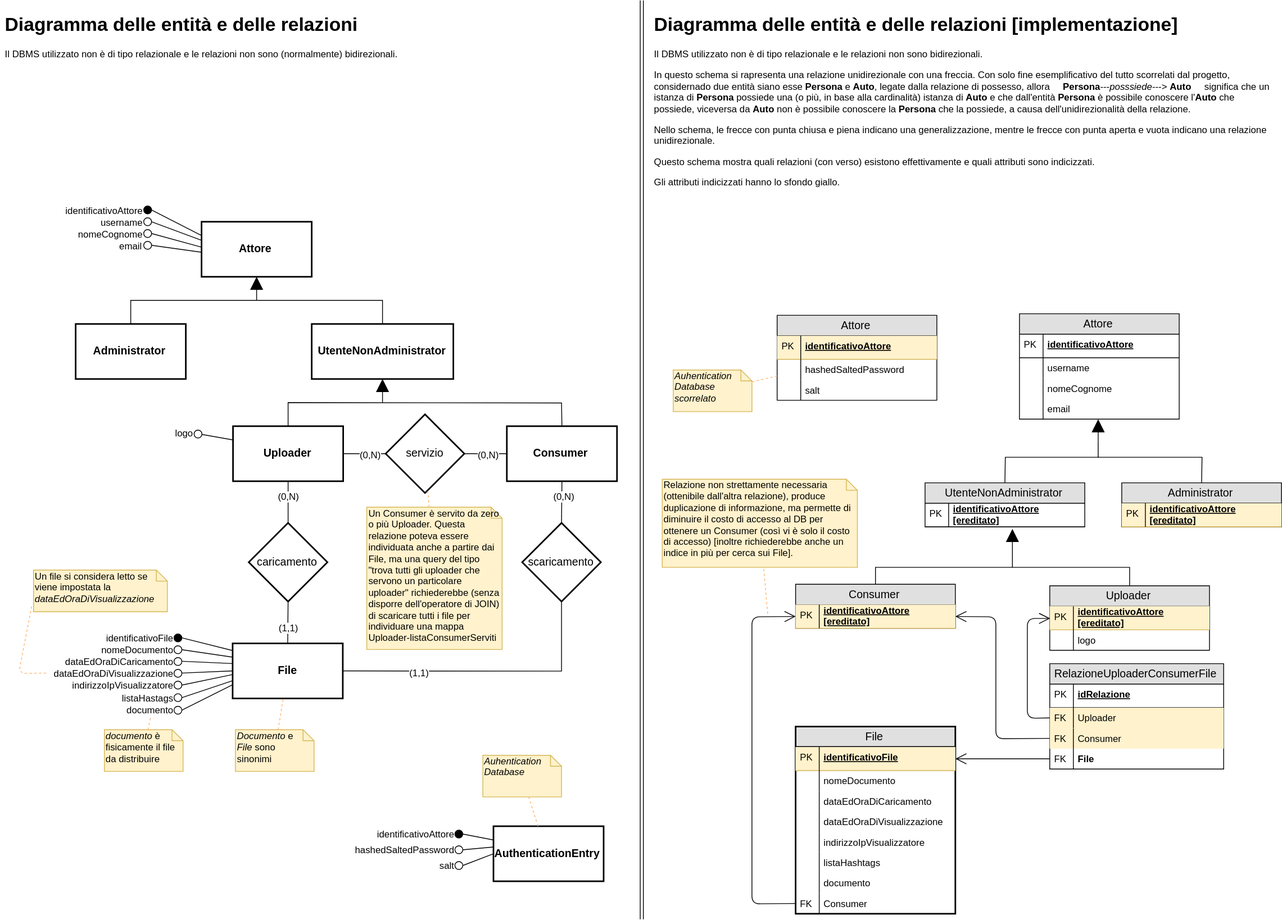
matteoferfoglia/progetto-progrweb-2020 keeps this draw.io diagram as algoritmi schemi e note progettuali/diagramma ER/diagramma_er.svg. Above is the earlier version. Source tidied: cells renumbered, new cells last; positions are measured from the earlier drawing's top-left corner, leaving out a move shared by most shapes.
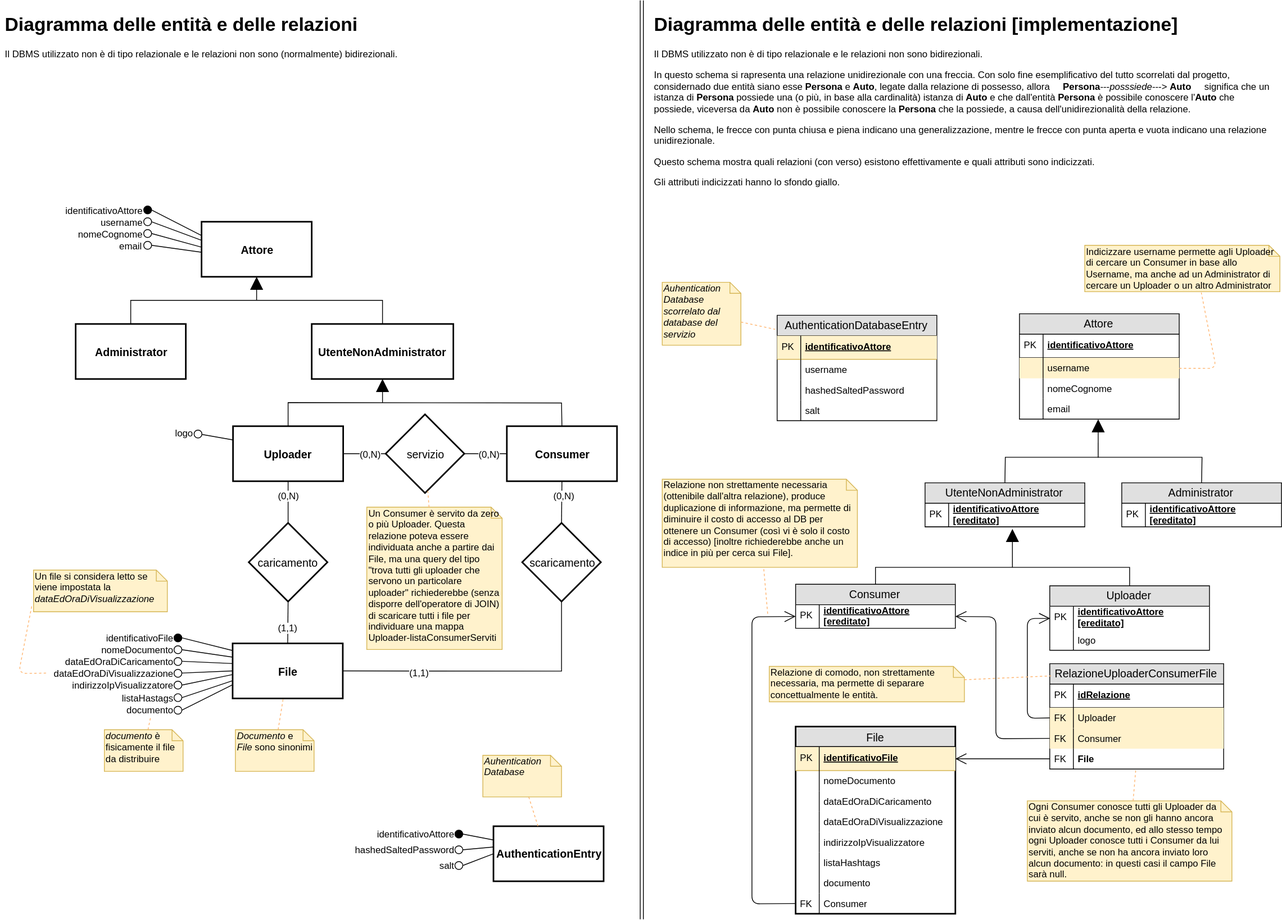
The same file after the commit.

Change to the diagram source:
```diff
@@ -538,7 +538,7 @@
     <mxCell id="169" value="Uploader" style="swimlane;fontStyle=0;horizontal=1;startSize=26;fillColor=#e0e0e0;swimlaneFillColor=#ffffff;align=center;fontSize=14;" parent="1" vertex="1">
       <mxGeometry x="1332.5" y="744.5" width="203" height="82" as="geometry" />
     </mxCell>
-    <mxCell id="170" value="identificativoAttore&#10;[ereditato]" style="shape=partialRectangle;top=0;left=0;right=0;bottom=1;align=left;verticalAlign=middle;spacingLeft=34;spacingRight=4;overflow=hidden;fontStyle=5;fontSize=12;strokeWidth=1;fillColor=#fff2cc;strokeColor=#d6b656;" parent="169" vertex="1">
+    <mxCell id="170" value="identificativoAttore&#10;[ereditato]" style="shape=partialRectangle;top=0;left=0;right=0;bottom=1;align=left;verticalAlign=middle;spacingLeft=34;spacingRight=4;overflow=hidden;fontStyle=5;fontSize=12;strokeWidth=1;fillColor=none;strokeColor=none;" parent="169" vertex="1">
       <mxGeometry y="26" width="203" height="30" as="geometry" />
     </mxCell>
     <mxCell id="171" value="PK" style="shape=partialRectangle;top=0;left=0;bottom=0;fillColor=none;align=left;verticalAlign=middle;spacingLeft=4;spacingRight=4;overflow=hidden;fontSize=12;" parent="170" vertex="1">
@@ -553,7 +553,7 @@
     <mxCell id="174" value="Consumer" style="swimlane;fontStyle=0;horizontal=1;startSize=26;fillColor=#e0e0e0;swimlaneFillColor=#ffffff;align=center;fontSize=14;" parent="1" vertex="1">
       <mxGeometry x="1009.5" y="742.5" width="203" height="56" as="geometry" />
     </mxCell>
-    <mxCell id="175" value="identificativoAttore&#10;[ereditato]" style="shape=partialRectangle;top=0;left=0;right=0;bottom=1;align=left;verticalAlign=middle;spacingLeft=34;spacingRight=4;overflow=hidden;points=[[0,0.5],[1,0.5]];portConstraint=eastwest;fontStyle=5;fontSize=12;strokeWidth=1;fillColor=#fff2cc;strokeColor=#d6b656;" parent="174" vertex="1">
+    <mxCell id="175" value="identificativoAttore&#10;[ereditato]" style="shape=partialRectangle;top=0;left=0;right=0;bottom=1;align=left;verticalAlign=middle;spacingLeft=34;spacingRight=4;overflow=hidden;points=[[0,0.5],[1,0.5]];portConstraint=eastwest;fontStyle=5;fontSize=12;strokeWidth=1;fillColor=none;strokeColor=none;" parent="174" vertex="1">
       <mxGeometry y="26" width="203" height="30" as="geometry" />
     </mxCell>
     <mxCell id="176" value="PK" style="shape=partialRectangle;top=0;left=0;bottom=0;fillColor=none;align=left;verticalAlign=middle;spacingLeft=4;spacingRight=4;overflow=hidden;fontSize=12;" parent="175" vertex="1">
@@ -588,7 +588,7 @@
     <mxCell id="182" value="Administrator" style="swimlane;fontStyle=0;horizontal=1;startSize=26;fillColor=#e0e0e0;swimlaneFillColor=#ffffff;align=center;fontSize=14;" parent="1" vertex="1">
       <mxGeometry x="1424" y="613.5" width="203" height="56" as="geometry" />
     </mxCell>
-    <mxCell id="183" value="identificativoAttore&#10;[ereditato]" style="shape=partialRectangle;top=0;left=0;right=0;bottom=1;align=left;verticalAlign=middle;spacingLeft=34;spacingRight=4;overflow=hidden;fontStyle=5;fontSize=12;strokeWidth=1;fillColor=#fff2cc;strokeColor=#d6b656;" parent="182" vertex="1">
+    <mxCell id="183" value="identificativoAttore&#10;[ereditato]" style="shape=partialRectangle;top=0;left=0;right=0;bottom=1;align=left;verticalAlign=middle;spacingLeft=34;spacingRight=4;overflow=hidden;fontStyle=5;fontSize=12;strokeWidth=1;fillColor=none;strokeColor=none;" parent="182" vertex="1">
       <mxGeometry y="26" width="203" height="30" as="geometry" />
     </mxCell>
     <mxCell id="184" value="PK" style="shape=partialRectangle;top=0;left=0;bottom=0;fillColor=none;align=left;verticalAlign=middle;spacingLeft=4;spacingRight=4;overflow=hidden;fontSize=12;" parent="183" vertex="1">
@@ -633,7 +633,7 @@
     <mxCell id="192" value="PK" style="shape=partialRectangle;top=0;left=0;bottom=0;fillColor=none;align=left;verticalAlign=middle;spacingLeft=4;spacingRight=4;overflow=hidden;fontSize=12;" parent="191" vertex="1">
       <mxGeometry width="30" height="30" as="geometry" />
     </mxCell>
-    <mxCell id="193" value="username" style="shape=partialRectangle;top=0;left=0;right=0;bottom=0;align=left;verticalAlign=top;fillColor=none;spacingLeft=34;spacingRight=4;overflow=hidden;points=[[0,0.5],[1,0.5]];portConstraint=eastwest;fontSize=12;" parent="190" vertex="1">
+    <mxCell id="193" value="username" style="shape=partialRectangle;top=0;left=0;right=0;bottom=0;align=left;verticalAlign=top;fillColor=#fff2cc;spacingLeft=34;spacingRight=4;overflow=hidden;points=[[0,0.5],[1,0.5]];portConstraint=eastwest;fontSize=12;strokeColor=#d6b656;" parent="190" vertex="1">
       <mxGeometry y="56" width="203" height="26" as="geometry" />
     </mxCell>
     <mxCell id="194" style="shape=partialRectangle;top=0;left=0;bottom=0;fillColor=none;align=left;verticalAlign=top;spacingLeft=4;spacingRight=4;overflow=hidden;fontSize=12;" parent="193" vertex="1">
@@ -651,8 +651,8 @@
     <mxCell id="198" style="shape=partialRectangle;top=0;left=0;bottom=0;fillColor=none;align=left;verticalAlign=top;spacingLeft=4;spacingRight=4;overflow=hidden;fontSize=12;" parent="197" vertex="1">
       <mxGeometry width="30" height="26" as="geometry" />
     </mxCell>
-    <mxCell id="199" value="Attore" style="swimlane;fontStyle=0;horizontal=1;startSize=26;fillColor=#e0e0e0;swimlaneFillColor=#ffffff;align=center;fontSize=14;" parent="1" vertex="1">
-      <mxGeometry x="986" y="400.5" width="203" height="108" as="geometry" />
+    <mxCell id="199" value="AuthenticationDatabaseEntry" style="swimlane;fontStyle=0;horizontal=1;startSize=26;fillColor=#e0e0e0;swimlaneFillColor=#ffffff;align=center;fontSize=14;" parent="1" vertex="1">
+      <mxGeometry x="986" y="400.5" width="203" height="134" as="geometry" />
     </mxCell>
     <mxCell id="200" value="identificativoAttore" style="shape=partialRectangle;top=0;left=0;right=0;bottom=1;align=left;verticalAlign=middle;fillColor=#fff2cc;spacingLeft=34;spacingRight=4;overflow=hidden;fontStyle=5;fontSize=12;strokeColor=#d6b656;" parent="199" vertex="1">
       <mxGeometry y="26" width="203" height="30" as="geometry" />
@@ -660,22 +660,28 @@
     <mxCell id="201" value="PK" style="shape=partialRectangle;top=0;left=0;bottom=0;fillColor=none;align=left;verticalAlign=middle;spacingLeft=4;spacingRight=4;overflow=hidden;fontSize=12;" parent="200" vertex="1">
       <mxGeometry width="30" height="30" as="geometry" />
     </mxCell>
-    <mxCell id="202" value="hashedSaltedPassword" style="shape=partialRectangle;top=0;left=0;right=0;bottom=0;align=left;verticalAlign=top;fillColor=none;spacingLeft=34;spacingRight=4;overflow=hidden;fontSize=12;" parent="199" vertex="1">
+    <mxCell id="202" value="username" style="shape=partialRectangle;top=0;left=0;right=0;bottom=0;align=left;verticalAlign=top;fillColor=none;spacingLeft=34;spacingRight=4;overflow=hidden;fontSize=12;" parent="199" vertex="1">
       <mxGeometry y="56" width="203" height="26" as="geometry" />
     </mxCell>
     <mxCell id="203" style="shape=partialRectangle;top=0;left=0;bottom=0;fillColor=none;align=left;verticalAlign=top;spacingLeft=4;spacingRight=4;overflow=hidden;fontSize=12;" parent="202" vertex="1">
       <mxGeometry width="30" height="26" as="geometry" />
     </mxCell>
+    <mxCell id="213" value="hashedSaltedPassword" style="shape=partialRectangle;top=0;left=0;right=0;bottom=0;align=left;verticalAlign=top;fillColor=none;spacingLeft=34;spacingRight=4;overflow=hidden;fontSize=12;" parent="199" vertex="1">
+      <mxGeometry y="82" width="203" height="26" as="geometry" />
+    </mxCell>
+    <mxCell id="214" style="shape=partialRectangle;top=0;left=0;bottom=0;fillColor=none;align=left;verticalAlign=top;spacingLeft=4;spacingRight=4;overflow=hidden;fontSize=12;" parent="213" vertex="1">
+      <mxGeometry width="30" height="26" as="geometry" />
+    </mxCell>
     <mxCell id="204" value="salt" style="shape=partialRectangle;top=0;left=0;right=0;bottom=0;align=left;verticalAlign=top;fillColor=none;spacingLeft=34;spacingRight=4;overflow=hidden;fontSize=12;" parent="199" vertex="1">
-      <mxGeometry y="82" width="203" height="26" as="geometry" />
+      <mxGeometry y="108" width="203" height="26" as="geometry" />
     </mxCell>
     <mxCell id="205" style="shape=partialRectangle;top=0;left=0;bottom=0;fillColor=none;align=left;verticalAlign=top;spacingLeft=4;spacingRight=4;overflow=hidden;fontSize=12;" parent="204" vertex="1">
       <mxGeometry width="30" height="26" as="geometry" />
     </mxCell>
-    <mxCell id="206" value="&lt;i&gt;Auhentication&lt;br&gt;Database&lt;br&gt;scorrelato&lt;br&gt;&lt;/i&gt;" style="shape=note;whiteSpace=wrap;html=1;size=14;verticalAlign=top;align=left;spacingTop=-6;fillColor=#fff2cc;strokeColor=#d6b656;" parent="1" vertex="1">
-      <mxGeometry x="854" y="470" width="100" height="53" as="geometry" />
+    <mxCell id="206" value="&lt;i&gt;Auhentication&lt;br&gt;Database&lt;br&gt;scorrelato dal database del servizio&lt;br&gt;&lt;/i&gt;" style="shape=note;whiteSpace=wrap;html=1;size=14;verticalAlign=top;align=left;spacingTop=-6;fillColor=#fff2cc;strokeColor=#d6b656;" parent="1" vertex="1">
+      <mxGeometry x="840" y="358.5" width="100" height="80" as="geometry" />
     </mxCell>
-    <mxCell id="207" style="endArrow=none;dashed=1;html=1;strokeColor=#FFB570;fillColor=#ffcc99;" parent="1" edge="1" source="206" target="199">
+    <mxCell id="207" style="endArrow=none;dashed=1;html=1;strokeColor=#FFB570;fillColor=#ffcc99;entryX=-0.012;entryY=0.133;entryDx=0;entryDy=0;entryPerimeter=0;" parent="1" edge="1" source="206" target="199">
       <mxGeometry relative="1" as="geometry" />
     </mxCell>
     <mxCell id="208" value="&lt;h1&gt;Diagramma delle entità e delle relazioni [implementazione]&lt;/h1&gt;&lt;p&gt;Il DBMS utilizzato non è di tipo relazionale e le relazioni non sono bidirezionali.&lt;/p&gt;&lt;p&gt;In questo schema si rapresenta una relazione unidirezionale con una freccia. Con solo fine esemplificativo del tutto scorrelati dal progetto, considernado due entità siano esse&amp;nbsp;&lt;b&gt;Persona&lt;/b&gt;&amp;nbsp;e&amp;nbsp;&lt;b&gt;Auto&lt;/b&gt;, legate dalla relazione di possesso, allora&amp;nbsp; &amp;nbsp; &amp;nbsp;&lt;b&gt;Persona&lt;/b&gt;---&lt;i&gt;posssiede&lt;/i&gt;---&amp;gt;&amp;nbsp;&lt;b&gt;Auto&lt;/b&gt;&amp;nbsp; &amp;nbsp; &amp;nbsp;significa che un istanza di&amp;nbsp;&lt;b&gt;Persona&lt;/b&gt;&amp;nbsp;possiede una (o più, in base alla cardinalità) istanza di&amp;nbsp;&lt;b&gt;Auto&lt;/b&gt;&amp;nbsp;e che dall'entità&amp;nbsp;&lt;b&gt;Persona&lt;/b&gt;&amp;nbsp;è possibile conoscere l'&lt;b&gt;Auto&lt;/b&gt;&amp;nbsp;che possiede, viceversa da&amp;nbsp;&lt;b&gt;Auto&lt;/b&gt;&amp;nbsp;non è possibile conoscere la&amp;nbsp;&lt;b&gt;Persona&lt;/b&gt;&amp;nbsp;che la possiede, a causa dell'unidirezionalità della relazione.&lt;/p&gt;&lt;p&gt;Nello schema, le frecce con punta chiusa e piena indicano una generalizzazione, mentre le frecce con punta aperta e vuota indicano una relazione unidirezionale.&lt;/p&gt;&lt;p&gt;Questo schema mostra quali relazioni (con verso) esistono effettivamente e quali attributi sono indicizzati.&lt;/p&gt;&lt;p&gt;Gli attributi indicizzati hanno lo sfondo giallo.&lt;/p&gt;" style="text;html=1;strokeColor=none;fillColor=none;spacing=5;spacingTop=-20;whiteSpace=wrap;overflow=hidden;rounded=0;" parent="1" vertex="1">
@@ -703,5 +709,27 @@
         <mxPoint x="974" y="780" as="sourcePoint" />
       </mxGeometry>
     </mxCell>
+    <mxCell id="215" value="Ogni Consumer conosce tutti gli Uploader da cui è servito, anche se non gli hanno ancora inviato alcun documento, ed allo stesso tempo&lt;br&gt;ogni Uploader conosce tutti i Consumer da lui serviti, anche se non ha ancora inviato loro alcun documento: in questi casi il campo File sarà null." style="shape=note;whiteSpace=wrap;html=1;size=14;verticalAlign=top;align=left;spacingTop=-6;fillColor=#fff2cc;strokeColor=#d6b656;" parent="1" vertex="1">
+      <mxGeometry x="1304" y="1018" width="260" height="102" as="geometry" />
+    </mxCell>
+    <mxCell id="216" style="endArrow=none;dashed=1;html=1;strokeColor=#FFB570;fillColor=#ffcc99;" parent="1" edge="1" source="215" target="166">
+      <mxGeometry relative="1" as="geometry" />
+    </mxCell>
+    <mxCell id="217" value="Indicizzare username permette agli Uploader di cercare un Consumer in base allo Username, ma anche ad un Administrator di cercare un Uploader o un altro Administrator" style="shape=note;whiteSpace=wrap;html=1;size=14;verticalAlign=top;align=left;spacingTop=-6;fillColor=#fff2cc;strokeColor=#d6b656;" parent="1" vertex="1">
+      <mxGeometry x="1377" y="311.5" width="248" height="59" as="geometry" />
+    </mxCell>
+    <mxCell id="218" style="endArrow=none;dashed=1;html=1;strokeColor=#FFB570;fillColor=#ffcc99;entryX=0.597;entryY=1.017;entryDx=0;entryDy=0;entryPerimeter=0;" parent="1" edge="1" source="193" target="217">
+      <mxGeometry relative="1" as="geometry">
+        <Array as="points">
+          <mxPoint x="1544" y="468" />
+        </Array>
+      </mxGeometry>
+    </mxCell>
+    <mxCell id="219" value="Relazione di comodo, non strettamente necessaria, ma permette di separare concettualmente le entità." style="shape=note;whiteSpace=wrap;html=1;size=14;verticalAlign=top;align=left;spacingTop=-6;fillColor=#fff2cc;strokeColor=#d6b656;" parent="1" vertex="1">
+      <mxGeometry x="976" y="847" width="248" height="45" as="geometry" />
+    </mxCell>
+    <mxCell id="220" style="endArrow=none;dashed=1;html=1;strokeColor=#FFB570;fillColor=#ffcc99;entryX=0.007;entryY=0.116;entryDx=0;entryDy=0;entryPerimeter=0;" parent="1" edge="1" source="219" target="159">
+      <mxGeometry relative="1" as="geometry" />
+    </mxCell>
   </root>
 </mxGraphModel>
```
